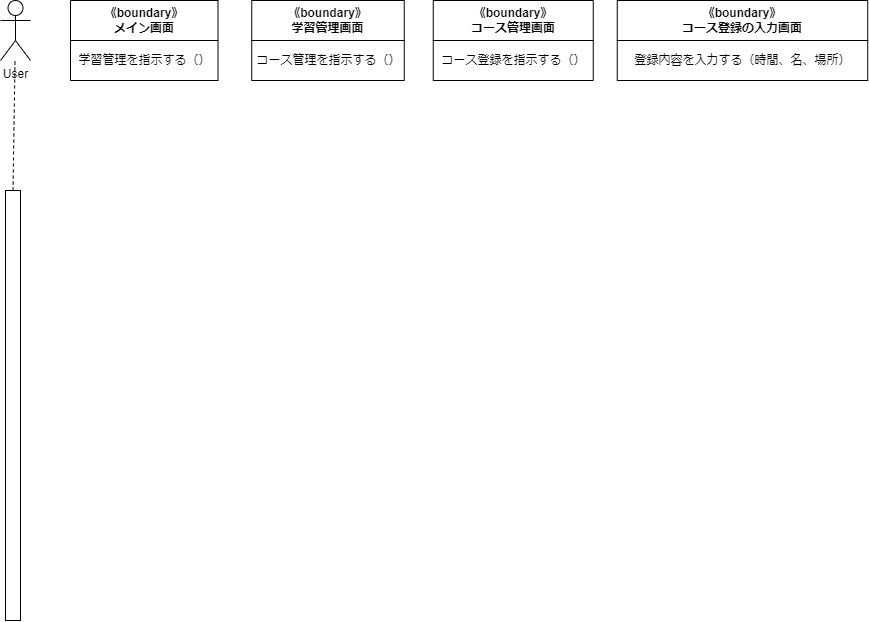
Hu-Hanxu/First-App-Self-Management- keeps this draw.io diagram as Sequence-1.drawio.png. Above is the earlier version. Source tidied: cells renumbered, new cells last; positions are measured from the earlier drawing's top-left corner, leaving out a move shared by most shapes.
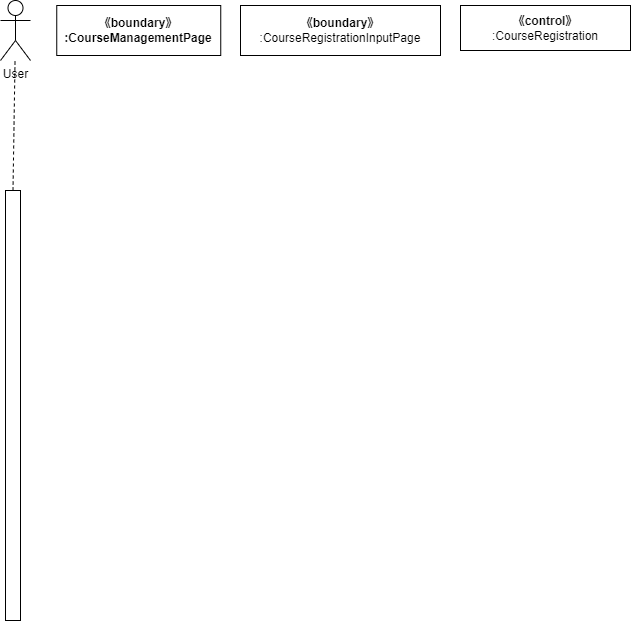
Above is the later version.

The edit, as a diff of the source:
```diff
@@ -11,29 +11,14 @@
     <mxCell id="4" style="endArrow=none;dashed=1;html=1;exitX=0.5;exitY=0;exitDx=0;exitDy=0;" parent="1" edge="1" source="3" target="2">
       <mxGeometry relative="1" as="geometry" />
     </mxCell>
-    <mxCell id="5" value="《boundary》&lt;br&gt;メイン画面" style="swimlane;whiteSpace=wrap;html=1;startSize=40;" parent="1" vertex="1">
-      <mxGeometry x="70" width="147.5" height="80" as="geometry" />
-    </mxCell>
-    <mxCell id="6" value="学習管理を指示する（）" style="text;html=1;align=center;verticalAlign=middle;strokeColor=none;fillColor=none;" parent="5" vertex="1">
-      <mxGeometry x="-6.2" y="45" width="160" height="30" as="geometry" />
-    </mxCell>
-    <mxCell id="7" value="《boundary》&lt;br&gt;学習管理画面" style="swimlane;whiteSpace=wrap;html=1;startSize=40;" parent="1" vertex="1">
-      <mxGeometry x="251.2" width="152.5" height="80" as="geometry" />
-    </mxCell>
-    <mxCell id="8" value="コース管理を指示する（）" style="text;html=1;align=center;verticalAlign=middle;strokeColor=none;fillColor=none;" parent="7" vertex="1">
-      <mxGeometry x="-8.8" y="45" width="170" height="30" as="geometry" />
-    </mxCell>
-    <mxCell id="9" value="《boundary》&lt;br&gt;コース管理画面" style="swimlane;whiteSpace=wrap;html=1;startSize=40;" parent="1" vertex="1">
-      <mxGeometry x="432.8" width="160" height="80" as="geometry" />
-    </mxCell>
-    <mxCell id="10" value="コース登録を指示する（）" style="text;html=1;align=center;verticalAlign=middle;strokeColor=none;fillColor=none;" parent="9" vertex="1">
-      <mxGeometry x="-5" y="45" width="170" height="30" as="geometry" />
-    </mxCell>
-    <mxCell id="11" value="《boundary》&lt;br&gt;コース登録の入力画面" style="swimlane;whiteSpace=wrap;html=1;startSize=40;" parent="1" vertex="1">
-      <mxGeometry x="616.8" width="250.5" height="80" as="geometry" />
-    </mxCell>
-    <mxCell id="12" value="登録内容を入力する（時間、名、場所）" style="text;html=1;align=center;verticalAlign=middle;strokeColor=none;fillColor=none;" parent="11" vertex="1">
-      <mxGeometry x="5.2" y="45" width="240" height="30" as="geometry" />
-    </mxCell>
+    <mxCell id="13" value="&lt;span style=&quot;font-weight: 700;&quot;&gt;《boundary》&lt;/span&gt;&lt;br style=&quot;font-weight: 700;&quot;&gt;&lt;span style=&quot;font-weight: 700;&quot;&gt;:&lt;/span&gt;&lt;b&gt;CourseManagementPage&lt;/b&gt;" style="rounded=0;whiteSpace=wrap;html=1;" parent="1" vertex="1">
+      <mxGeometry x="56.2" y="5" width="164" height="50" as="geometry" />
+    </mxCell>
+    <mxCell id="14" value="&lt;span style=&quot;font-weight: 700;&quot;&gt;《boundary》&lt;/span&gt;&lt;br&gt;:CourseRegistrationInputPage" style="rounded=0;whiteSpace=wrap;html=1;" parent="1" vertex="1">
+      <mxGeometry x="240" y="5" width="200" height="50" as="geometry" />
+    </mxCell>
+    <mxCell id="15" value="&lt;span style=&quot;font-weight: 700;&quot;&gt;《control》&lt;br&gt;&lt;/span&gt;:CourseRegistration" style="rounded=0;whiteSpace=wrap;html=1;" parent="1" vertex="1">
+      <mxGeometry x="460" y="5" width="170" height="45" as="geometry" />
+    </mxCell>
   </root>
 </mxGraphModel>
```
